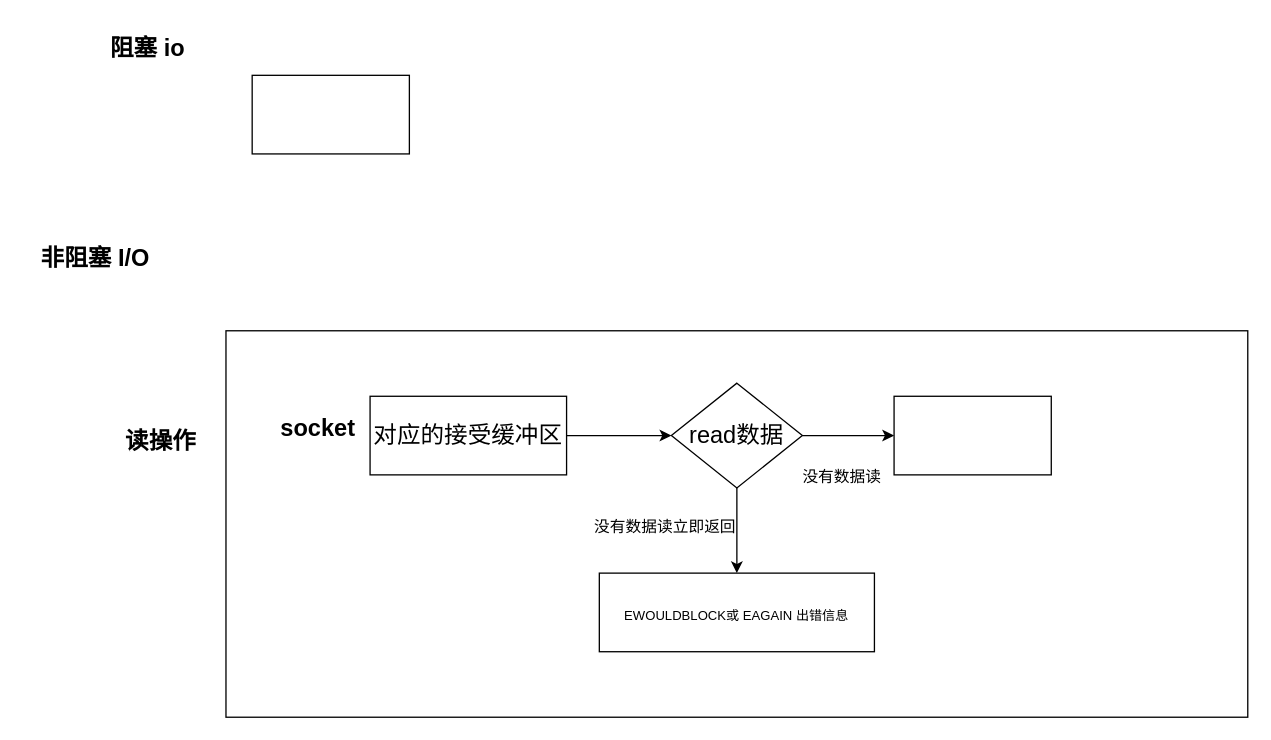
This is drawio/network/阻塞io和非阻塞io.drawio from guitarock/my-pics, a draw.io file, before an edit. Source tidied: cells renumbered, new cells numbered last; positions are measured from the earlier drawing's top-left corner, leaving out a move shared by most shapes. Both pictures are drawn from the tidied source at 131%, with x=0, y=0 at pixel (22, 22).
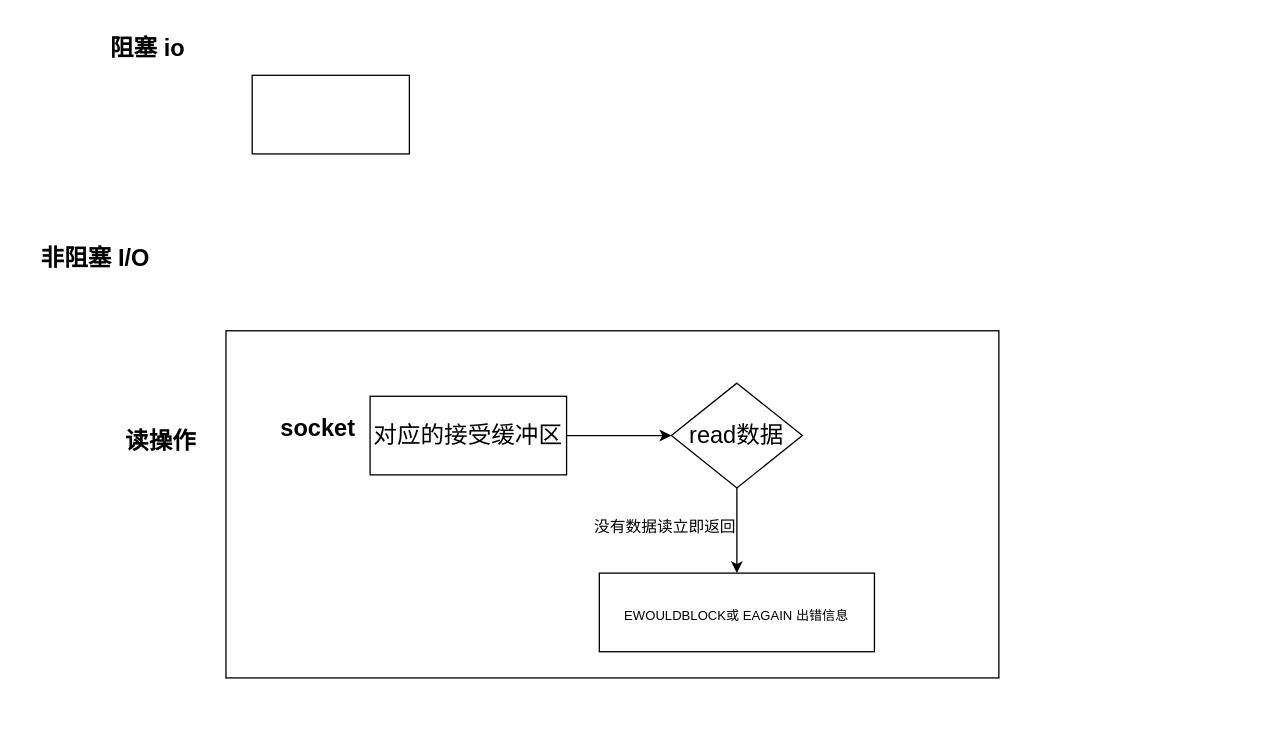
After the change.

Commit message (it also covers changes not shown here):
更新阻塞io和非阻塞io.drawio

Change to the diagram source:
```diff
@@
 <mxGraphModel>
   <root>
     <mxCell id="0" />
     <mxCell id="1" parent="0" />
     <mxCell id="2" style="rounded=0;whiteSpace=wrap;html=1;" parent="1" vertex="1">
       <mxGeometry x="175" y="40" width="120" height="60" as="geometry" />
     </mxCell>
     <mxCell id="3" style="rounded=0;whiteSpace=wrap;html=1;" parent="1" vertex="1">
-      <mxGeometry x="155" y="235" width="780" height="295" as="geometry" />
+      <mxGeometry x="155" y="235" width="590" height="265" as="geometry" />
     </mxCell>
     <mxCell id="4" value="&lt;font style=&quot;font-size: 18px;&quot;&gt;&lt;b&gt;阻塞 io&lt;/b&gt;&lt;/font&gt;" style="text;html=1;align=center;verticalAlign=middle;fillColor=none;strokeColor=none;rounded=0;" parent="1" vertex="1">
       <mxGeometry x="55" width="80" height="40" as="geometry" />
     </mxCell>
     <mxCell id="5" value="&lt;font style=&quot;font-size: 18px;&quot;&gt;&lt;b&gt;非阻塞 I/O&lt;/b&gt;&lt;/font&gt;" style="text;html=1;align=center;verticalAlign=middle;fillColor=none;strokeColor=none;rounded=0;" parent="1" vertex="1">
       <mxGeometry y="160" width="110" height="40" as="geometry" />
     </mxCell>
     <mxCell id="6" value="&lt;article data-content=&quot;[{&amp;quot;type&amp;quot;:&amp;quot;block&amp;quot;,&amp;quot;id&amp;quot;:&amp;quot;ECZx-1654239543630&amp;quot;,&amp;quot;name&amp;quot;:&amp;quot;paragraph&amp;quot;,&amp;quot;data&amp;quot;:{},&amp;quot;nodes&amp;quot;:[{&amp;quot;type&amp;quot;:&amp;quot;text&amp;quot;,&amp;quot;id&amp;quot;:&amp;quot;fXnB-1654239543628&amp;quot;,&amp;quot;leaves&amp;quot;:[{&amp;quot;text&amp;quot;:&amp;quot;读操作&amp;quot;,&amp;quot;marks&amp;quot;:[{&amp;quot;type&amp;quot;:&amp;quot;fontSize&amp;quot;,&amp;quot;value&amp;quot;:18},{&amp;quot;type&amp;quot;:&amp;quot;bold&amp;quot;}]}]}],&amp;quot;state&amp;quot;:{}}]&quot;&gt;&lt;div style=&quot;line-height: 1.75; font-size: 14px; text-align: left;&quot;&gt;&lt;span style=&quot;font-size: 18px;font-weight: bold;&quot;&gt;读操作&lt;/span&gt;&lt;/div&gt;&lt;/article&gt;" style="text;html=1;align=center;verticalAlign=middle;fillColor=none;strokeColor=none;rounded=0;fontSize=18;" parent="1" vertex="1">
       <mxGeometry x="65" y="295" width="80" height="50" as="geometry" />
     </mxCell>
     <mxCell id="7" value="&lt;article data-content=&quot;[{&amp;quot;type&amp;quot;:&amp;quot;block&amp;quot;,&amp;quot;id&amp;quot;:&amp;quot;ECZx-1654239543630&amp;quot;,&amp;quot;name&amp;quot;:&amp;quot;paragraph&amp;quot;,&amp;quot;data&amp;quot;:{},&amp;quot;nodes&amp;quot;:[{&amp;quot;type&amp;quot;:&amp;quot;text&amp;quot;,&amp;quot;id&amp;quot;:&amp;quot;fXnB-1654239543628&amp;quot;,&amp;quot;leaves&amp;quot;:[{&amp;quot;text&amp;quot;:&amp;quot;读操作&amp;quot;,&amp;quot;marks&amp;quot;:[{&amp;quot;type&amp;quot;:&amp;quot;fontSize&amp;quot;,&amp;quot;value&amp;quot;:18},{&amp;quot;type&amp;quot;:&amp;quot;bold&amp;quot;}]}]}],&amp;quot;state&amp;quot;:{}}]&quot;&gt;&lt;div style=&quot;line-height: 1.75; font-size: 14px; text-align: left;&quot;&gt;&lt;span style=&quot;font-size: 18px;font-weight: bold;&quot;&gt;socket&lt;/span&gt;&lt;/div&gt;&lt;/article&gt;" style="text;html=1;align=center;verticalAlign=middle;fillColor=none;strokeColor=none;rounded=0;fontSize=18;" parent="1" vertex="1">
       <mxGeometry x="185" y="285" width="80" height="50" as="geometry" />
     </mxCell>
     <mxCell id="8" style="edgeStyle=orthogonalEdgeStyle;rounded=0;jettySize=auto;html=1;fontSize=18;" parent="1" edge="1" source="9">
       <mxGeometry relative="1" as="geometry">
         <mxPoint x="495" y="315" as="targetPoint" />
       </mxGeometry>
     </mxCell>
     <mxCell id="9" value="对应的接受缓冲区" style="rounded=0;whiteSpace=wrap;html=1;fontSize=18;" parent="1" vertex="1">
       <mxGeometry x="265" y="285" width="150" height="60" as="geometry" />
     </mxCell>
-    <mxCell id="10" style="edgeStyle=orthogonalEdgeStyle;rounded=0;jettySize=auto;html=1;fontSize=18;" parent="1" edge="1" source="12" target="13">
-      <mxGeometry relative="1" as="geometry" />
-    </mxCell>
     <mxCell id="11" style="edgeStyle=orthogonalEdgeStyle;rounded=0;jettySize=auto;html=1;fontSize=18;" parent="1" edge="1" source="12" target="14">
       <mxGeometry relative="1" as="geometry" />
     </mxCell>
     <mxCell id="12" value="&lt;span style=&quot;text-align: left;&quot;&gt;read&lt;/span&gt;数据" style="rhombus;whiteSpace=wrap;html=1;fontSize=18;" parent="1" vertex="1">
       <mxGeometry x="495" y="275" width="100" height="80" as="geometry" />
     </mxCell>
-    <mxCell id="13" style="whiteSpace=wrap;html=1;fontSize=18;" parent="1" vertex="1">
-      <mxGeometry x="665" y="285" width="120" height="60" as="geometry" />
-    </mxCell>
     <mxCell id="14" value="&lt;article data-content=&quot;[{&amp;quot;type&amp;quot;:&amp;quot;block&amp;quot;,&amp;quot;id&amp;quot;:&amp;quot;qyoK-1654239552444&amp;quot;,&amp;quot;name&amp;quot;:&amp;quot;paragraph&amp;quot;,&amp;quot;data&amp;quot;:{},&amp;quot;nodes&amp;quot;:[{&amp;quot;type&amp;quot;:&amp;quot;text&amp;quot;,&amp;quot;id&amp;quot;:&amp;quot;dOnc-1654239552442&amp;quot;,&amp;quot;leaves&amp;quot;:[{&amp;quot;text&amp;quot;:&amp;quot;EWOULDBLOCK&amp;quot;,&amp;quot;marks&amp;quot;:[{&amp;quot;type&amp;quot;:&amp;quot;fontSize&amp;quot;,&amp;quot;value&amp;quot;:18}]}]}],&amp;quot;state&amp;quot;:{}}]&quot;&gt;&lt;div style=&quot;line-height: 1.75; text-align: left;&quot;&gt;&lt;font style=&quot;font-size: 10px;&quot;&gt;&lt;font style=&quot;&quot;&gt;EWOULDBLOCK&lt;/font&gt;&lt;span style=&quot;background-color: initial;&quot;&gt;或 EAGAIN 出错信息&lt;/span&gt;&lt;/font&gt;&lt;/div&gt;&lt;/article&gt;" style="whiteSpace=wrap;html=1;fontSize=18;" parent="1" vertex="1">
       <mxGeometry x="440" y="420" width="210" height="60" as="geometry" />
     </mxCell>
     <mxCell id="15" value="&lt;article data-content=&quot;[{&amp;quot;type&amp;quot;:&amp;quot;block&amp;quot;,&amp;quot;id&amp;quot;:&amp;quot;ECZx-1654239543630&amp;quot;,&amp;quot;name&amp;quot;:&amp;quot;paragraph&amp;quot;,&amp;quot;data&amp;quot;:{},&amp;quot;nodes&amp;quot;:[{&amp;quot;type&amp;quot;:&amp;quot;text&amp;quot;,&amp;quot;id&amp;quot;:&amp;quot;fXnB-1654239543628&amp;quot;,&amp;quot;leaves&amp;quot;:[{&amp;quot;text&amp;quot;:&amp;quot;读操作&amp;quot;,&amp;quot;marks&amp;quot;:[{&amp;quot;type&amp;quot;:&amp;quot;fontSize&amp;quot;,&amp;quot;value&amp;quot;:18},{&amp;quot;type&amp;quot;:&amp;quot;bold&amp;quot;}]}]}],&amp;quot;state&amp;quot;:{}}]&quot;&gt;&lt;div style=&quot;line-height: 1.75; text-align: left;&quot;&gt;&lt;font style=&quot;font-size: 12px;&quot;&gt;没有数据读立即返回&lt;/font&gt;&lt;/div&gt;&lt;/article&gt;" style="text;html=1;align=center;verticalAlign=middle;fillColor=none;strokeColor=none;rounded=0;fontSize=18;" parent="1" vertex="1">
       <mxGeometry x="425" y="357.5" width="130" height="50" as="geometry" />
     </mxCell>
-    <mxCell id="16" value="&lt;article data-content=&quot;[{&amp;quot;type&amp;quot;:&amp;quot;block&amp;quot;,&amp;quot;id&amp;quot;:&amp;quot;ECZx-1654239543630&amp;quot;,&amp;quot;name&amp;quot;:&amp;quot;paragraph&amp;quot;,&amp;quot;data&amp;quot;:{},&amp;quot;nodes&amp;quot;:[{&amp;quot;type&amp;quot;:&amp;quot;text&amp;quot;,&amp;quot;id&amp;quot;:&amp;quot;fXnB-1654239543628&amp;quot;,&amp;quot;leaves&amp;quot;:[{&amp;quot;text&amp;quot;:&amp;quot;读操作&amp;quot;,&amp;quot;marks&amp;quot;:[{&amp;quot;type&amp;quot;:&amp;quot;fontSize&amp;quot;,&amp;quot;value&amp;quot;:18},{&amp;quot;type&amp;quot;:&amp;quot;bold&amp;quot;}]}]}],&amp;quot;state&amp;quot;:{}}]&quot;&gt;&lt;div style=&quot;line-height: 1.75; text-align: left;&quot;&gt;&lt;font style=&quot;font-size: 12px;&quot;&gt;没有数据读&lt;/font&gt;&lt;/div&gt;&lt;/article&gt;" style="text;html=1;align=center;verticalAlign=middle;fillColor=none;strokeColor=none;rounded=0;fontSize=18;" parent="1" vertex="1">
-      <mxGeometry x="585" y="320" width="80" height="50" as="geometry" />
-    </mxCell>
   </root>
 </mxGraphModel>
```
